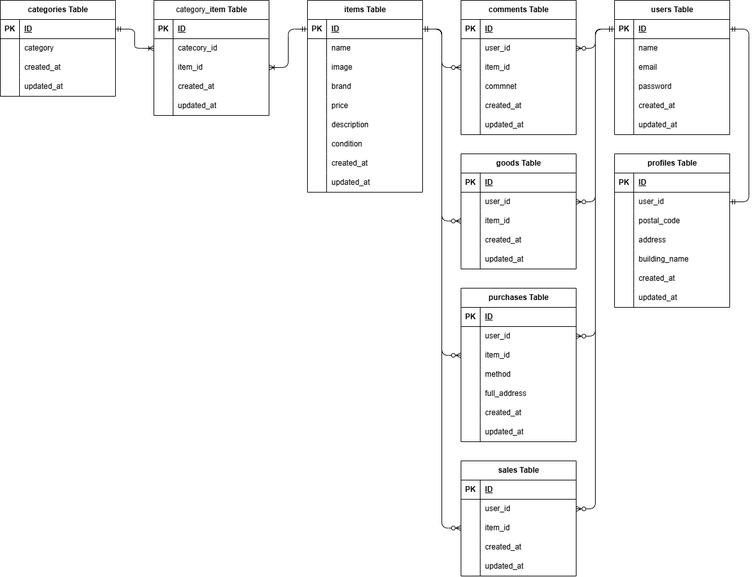
The draw.io diagram ER.drawio.png in LesserPand8/flea-market-app, before a commit. Source tidied: cells renumbered, new cells last; positions are measured from the earlier drawing's top-left corner, leaving out a move shared by most shapes.
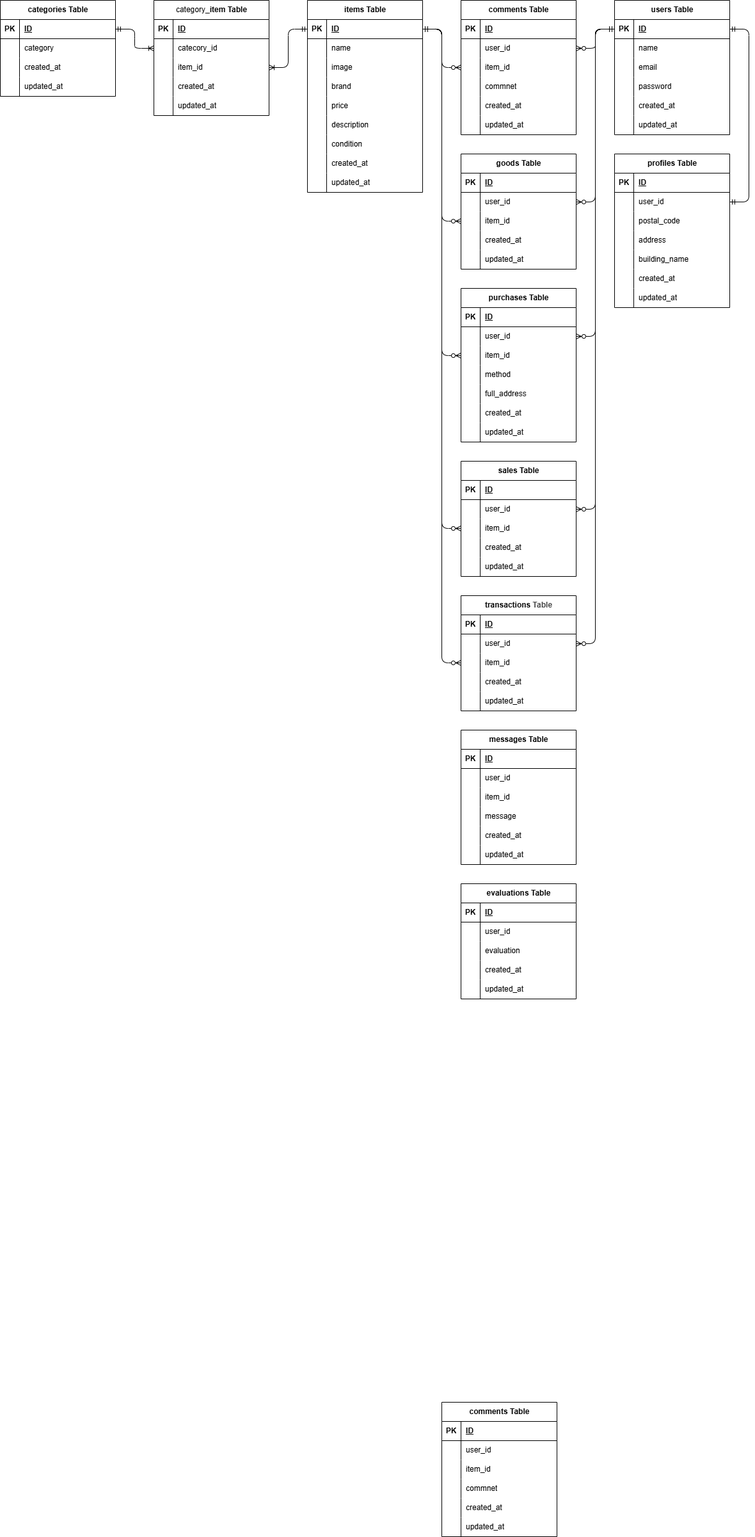
Above is the later version.

Diff of the diagram source:
```diff
@@ -572,5 +572,229 @@
     <mxCell id="183" style="edgeStyle=entityRelationEdgeStyle;fontSize=12;html=1;endArrow=ERzeroToMany;startArrow=ERmandOne;" parent="1" edge="1" source="3" target="146">
       <mxGeometry relative="1" as="geometry" />
     </mxCell>
+    <mxCell id="184" value="transactions&lt;span style=&quot;color: rgb(63, 63, 63); background-color: transparent;&quot;&gt;&amp;nbsp;Table&lt;/span&gt;" style="shape=table;startSize=30;rowLines=0;fontStyle=1;align=center;html=1;" parent="1" vertex="1">
+      <mxGeometry x="720" y="930" width="180" height="180" as="geometry" />
+    </mxCell>
+    <mxCell id="185" style="shape=tableRow;horizontal=0;startSize=0;swimlaneHead=0;swimlaneBody=0;fillColor=none;top=0;left=0;right=0;bottom=1;" parent="184" vertex="1">
+      <mxGeometry y="30" width="180" height="30" as="geometry" />
+    </mxCell>
+    <mxCell id="186" value="PK" style="shape=partialRectangle;fillColor=none;top=0;left=0;bottom=0;right=0;fontStyle=1;overflow=hidden;whiteSpace=wrap;html=1;" parent="185" vertex="1">
+      <mxGeometry width="30" height="30" as="geometry" />
+    </mxCell>
+    <mxCell id="187" value="ID" style="shape=partialRectangle;fillColor=none;top=0;left=0;bottom=0;right=0;align=left;spacingLeft=6;fontStyle=5;overflow=hidden;whiteSpace=wrap;html=1;" parent="185" vertex="1">
+      <mxGeometry x="30" width="150" height="30" as="geometry" />
+    </mxCell>
+    <mxCell id="188" style="shape=tableRow;horizontal=0;startSize=0;swimlaneHead=0;swimlaneBody=0;fillColor=none;points=[[0,0.5],[1,0.5]];portConstraint=eastwest;top=0;left=0;right=0;bottom=0;" parent="184" vertex="1">
+      <mxGeometry y="60" width="180" height="30" as="geometry" />
+    </mxCell>
+    <mxCell id="189" style="shape=partialRectangle;fillColor=none;top=0;left=0;bottom=0;right=0;overflow=hidden;whiteSpace=wrap;html=1;" parent="188" vertex="1">
+      <mxGeometry width="30" height="30" as="geometry" />
+    </mxCell>
+    <mxCell id="190" value="user_id" style="shape=partialRectangle;fillColor=none;top=0;left=0;bottom=0;right=0;align=left;spacingLeft=6;overflow=hidden;whiteSpace=wrap;html=1;" parent="188" vertex="1">
+      <mxGeometry x="30" width="150" height="30" as="geometry" />
+    </mxCell>
+    <mxCell id="191" style="shape=tableRow;horizontal=0;startSize=0;swimlaneHead=0;swimlaneBody=0;fillColor=none;points=[[0,0.5],[1,0.5]];portConstraint=eastwest;top=0;left=0;right=0;bottom=0;" parent="184" vertex="1">
+      <mxGeometry y="90" width="180" height="30" as="geometry" />
+    </mxCell>
+    <mxCell id="192" style="shape=partialRectangle;fillColor=none;top=0;left=0;bottom=0;right=0;overflow=hidden;whiteSpace=wrap;html=1;" parent="191" vertex="1">
+      <mxGeometry width="30" height="30" as="geometry" />
+    </mxCell>
+    <mxCell id="193" value="item_id" style="shape=partialRectangle;fillColor=none;top=0;left=0;bottom=0;right=0;align=left;spacingLeft=6;overflow=hidden;whiteSpace=wrap;html=1;" parent="191" vertex="1">
+      <mxGeometry x="30" width="150" height="30" as="geometry" />
+    </mxCell>
+    <mxCell id="194" style="shape=tableRow;horizontal=0;startSize=0;swimlaneHead=0;swimlaneBody=0;fillColor=none;top=0;left=0;right=0;bottom=0;" parent="184" vertex="1">
+      <mxGeometry y="120" width="180" height="30" as="geometry" />
+    </mxCell>
+    <mxCell id="195" style="shape=partialRectangle;fillColor=none;top=0;left=0;bottom=0;right=0;overflow=hidden;whiteSpace=wrap;html=1;" parent="194" vertex="1">
+      <mxGeometry width="30" height="30" as="geometry" />
+    </mxCell>
+    <mxCell id="196" value="&lt;span style=&quot;color: rgb(0, 0, 0);&quot;&gt;created_at&lt;/span&gt;" style="shape=partialRectangle;fillColor=none;top=0;left=0;bottom=0;right=0;align=left;spacingLeft=6;overflow=hidden;whiteSpace=wrap;html=1;" parent="194" vertex="1">
+      <mxGeometry x="30" width="150" height="30" as="geometry" />
+    </mxCell>
+    <mxCell id="197" style="shape=tableRow;horizontal=0;startSize=0;swimlaneHead=0;swimlaneBody=0;fillColor=none;top=0;left=0;right=0;bottom=0;" parent="184" vertex="1">
+      <mxGeometry y="150" width="180" height="30" as="geometry" />
+    </mxCell>
+    <mxCell id="198" style="shape=partialRectangle;fillColor=none;top=0;left=0;bottom=0;right=0;overflow=hidden;whiteSpace=wrap;html=1;" parent="197" vertex="1">
+      <mxGeometry width="30" height="30" as="geometry" />
+    </mxCell>
+    <mxCell id="199" value="&lt;span style=&quot;color: rgb(0, 0, 0);&quot;&gt;updated_at&lt;/span&gt;" style="shape=partialRectangle;fillColor=none;top=0;left=0;bottom=0;right=0;align=left;spacingLeft=6;overflow=hidden;whiteSpace=wrap;html=1;" parent="197" vertex="1">
+      <mxGeometry x="30" width="150" height="30" as="geometry" />
+    </mxCell>
+    <mxCell id="200" style="edgeStyle=entityRelationEdgeStyle;fontSize=12;html=1;endArrow=ERzeroToMany;startArrow=ERmandOne;" parent="1" edge="1" source="3" target="191">
+      <mxGeometry relative="1" as="geometry" />
+    </mxCell>
+    <mxCell id="201" style="edgeStyle=entityRelationEdgeStyle;fontSize=12;html=1;endArrow=ERzeroToMany;startArrow=ERmandOne;" parent="1" edge="1" source="31" target="188">
+      <mxGeometry relative="1" as="geometry">
+        <Array as="points">
+          <mxPoint x="700" y="320" />
+          <mxPoint x="460" y="390" />
+          <mxPoint x="200" y="220" />
+          <mxPoint x="170" y="220" />
+          <mxPoint x="690" y="270" />
+        </Array>
+      </mxGeometry>
+    </mxCell>
+    <mxCell id="202" value="comments Table" style="shape=table;startSize=30;rowLines=0;fontStyle=1;align=center;html=1;" parent="1" vertex="1">
+      <mxGeometry x="690" y="2190" width="180" height="210" as="geometry" />
+    </mxCell>
+    <mxCell id="203" style="shape=tableRow;horizontal=0;startSize=0;swimlaneHead=0;swimlaneBody=0;fillColor=none;top=0;left=0;right=0;bottom=1;" parent="202" vertex="1">
+      <mxGeometry y="30" width="180" height="30" as="geometry" />
+    </mxCell>
+    <mxCell id="204" value="PK" style="shape=partialRectangle;fillColor=none;top=0;left=0;bottom=0;right=0;fontStyle=1;overflow=hidden;whiteSpace=wrap;html=1;" parent="203" vertex="1">
+      <mxGeometry width="30" height="30" as="geometry" />
+    </mxCell>
+    <mxCell id="205" value="ID" style="shape=partialRectangle;fillColor=none;top=0;left=0;bottom=0;right=0;align=left;spacingLeft=6;fontStyle=5;overflow=hidden;whiteSpace=wrap;html=1;" parent="203" vertex="1">
+      <mxGeometry x="30" width="150" height="30" as="geometry" />
+    </mxCell>
+    <mxCell id="206" style="shape=tableRow;horizontal=0;startSize=0;swimlaneHead=0;swimlaneBody=0;fillColor=none;top=0;left=0;right=0;bottom=0;" parent="202" vertex="1">
+      <mxGeometry y="60" width="180" height="30" as="geometry" />
+    </mxCell>
+    <mxCell id="207" style="shape=partialRectangle;fillColor=none;top=0;left=0;bottom=0;right=0;overflow=hidden;whiteSpace=wrap;html=1;" parent="206" vertex="1">
+      <mxGeometry width="30" height="30" as="geometry" />
+    </mxCell>
+    <mxCell id="208" value="user_id" style="shape=partialRectangle;fillColor=none;top=0;left=0;bottom=0;right=0;align=left;spacingLeft=6;overflow=hidden;whiteSpace=wrap;html=1;" parent="206" vertex="1">
+      <mxGeometry x="30" width="150" height="30" as="geometry" />
+    </mxCell>
+    <mxCell id="209" style="shape=tableRow;horizontal=0;startSize=0;swimlaneHead=0;swimlaneBody=0;fillColor=none;top=0;left=0;right=0;bottom=0;" parent="202" vertex="1">
+      <mxGeometry y="90" width="180" height="30" as="geometry" />
+    </mxCell>
+    <mxCell id="210" style="shape=partialRectangle;fillColor=none;top=0;left=0;bottom=0;right=0;overflow=hidden;whiteSpace=wrap;html=1;" parent="209" vertex="1">
+      <mxGeometry width="30" height="30" as="geometry" />
+    </mxCell>
+    <mxCell id="211" value="&lt;span style=&quot;color: rgb(0, 0, 0);&quot;&gt;item_id&lt;/span&gt;" style="shape=partialRectangle;fillColor=none;top=0;left=0;bottom=0;right=0;align=left;spacingLeft=6;overflow=hidden;whiteSpace=wrap;html=1;" parent="209" vertex="1">
+      <mxGeometry x="30" width="150" height="30" as="geometry" />
+    </mxCell>
+    <mxCell id="212" style="shape=tableRow;horizontal=0;startSize=0;swimlaneHead=0;swimlaneBody=0;fillColor=none;top=0;left=0;right=0;bottom=0;" parent="202" vertex="1">
+      <mxGeometry y="120" width="180" height="30" as="geometry" />
+    </mxCell>
+    <mxCell id="213" style="shape=partialRectangle;fillColor=none;top=0;left=0;bottom=0;right=0;overflow=hidden;whiteSpace=wrap;html=1;" parent="212" vertex="1">
+      <mxGeometry width="30" height="30" as="geometry" />
+    </mxCell>
+    <mxCell id="214" value="&lt;span style=&quot;color: rgb(0, 0, 0);&quot;&gt;commnet&lt;/span&gt;" style="shape=partialRectangle;fillColor=none;top=0;left=0;bottom=0;right=0;align=left;spacingLeft=6;overflow=hidden;whiteSpace=wrap;html=1;" parent="212" vertex="1">
+      <mxGeometry x="30" width="150" height="30" as="geometry" />
+    </mxCell>
+    <mxCell id="215" style="shape=tableRow;horizontal=0;startSize=0;swimlaneHead=0;swimlaneBody=0;fillColor=none;top=0;left=0;right=0;bottom=0;" parent="202" vertex="1">
+      <mxGeometry y="150" width="180" height="30" as="geometry" />
+    </mxCell>
+    <mxCell id="216" style="shape=partialRectangle;fillColor=none;top=0;left=0;bottom=0;right=0;overflow=hidden;whiteSpace=wrap;html=1;" parent="215" vertex="1">
+      <mxGeometry width="30" height="30" as="geometry" />
+    </mxCell>
+    <mxCell id="217" value="&lt;span style=&quot;color: rgb(0, 0, 0);&quot;&gt;created_at&lt;/span&gt;" style="shape=partialRectangle;fillColor=none;top=0;left=0;bottom=0;right=0;align=left;spacingLeft=6;overflow=hidden;whiteSpace=wrap;html=1;" parent="215" vertex="1">
+      <mxGeometry x="30" width="150" height="30" as="geometry" />
+    </mxCell>
+    <mxCell id="218" style="shape=tableRow;horizontal=0;startSize=0;swimlaneHead=0;swimlaneBody=0;fillColor=none;top=0;left=0;right=0;bottom=0;" parent="202" vertex="1">
+      <mxGeometry y="180" width="180" height="30" as="geometry" />
+    </mxCell>
+    <mxCell id="219" style="shape=partialRectangle;fillColor=none;top=0;left=0;bottom=0;right=0;overflow=hidden;whiteSpace=wrap;html=1;" parent="218" vertex="1">
+      <mxGeometry width="30" height="30" as="geometry" />
+    </mxCell>
+    <mxCell id="220" value="&lt;span style=&quot;color: rgb(0, 0, 0);&quot;&gt;updated_at&lt;/span&gt;" style="shape=partialRectangle;fillColor=none;top=0;left=0;bottom=0;right=0;align=left;spacingLeft=6;overflow=hidden;whiteSpace=wrap;html=1;" parent="218" vertex="1">
+      <mxGeometry x="30" width="150" height="30" as="geometry" />
+    </mxCell>
+    <mxCell id="221" value="messages Table" style="shape=table;startSize=30;rowLines=0;fontStyle=1;align=center;html=1;" parent="1" vertex="1">
+      <mxGeometry x="720" y="1140" width="180" height="210" as="geometry" />
+    </mxCell>
+    <mxCell id="222" style="shape=tableRow;horizontal=0;startSize=0;swimlaneHead=0;swimlaneBody=0;fillColor=none;top=0;left=0;right=0;bottom=1;" parent="221" vertex="1">
+      <mxGeometry y="30" width="180" height="30" as="geometry" />
+    </mxCell>
+    <mxCell id="223" value="PK" style="shape=partialRectangle;fillColor=none;top=0;left=0;bottom=0;right=0;fontStyle=1;overflow=hidden;whiteSpace=wrap;html=1;" parent="222" vertex="1">
+      <mxGeometry width="30" height="30" as="geometry" />
+    </mxCell>
+    <mxCell id="224" value="ID" style="shape=partialRectangle;fillColor=none;top=0;left=0;bottom=0;right=0;align=left;spacingLeft=6;fontStyle=5;overflow=hidden;whiteSpace=wrap;html=1;" parent="222" vertex="1">
+      <mxGeometry x="30" width="150" height="30" as="geometry" />
+    </mxCell>
+    <mxCell id="225" style="shape=tableRow;horizontal=0;startSize=0;swimlaneHead=0;swimlaneBody=0;fillColor=none;top=0;left=0;right=0;bottom=0;" parent="221" vertex="1">
+      <mxGeometry y="60" width="180" height="30" as="geometry" />
+    </mxCell>
+    <mxCell id="226" style="shape=partialRectangle;fillColor=none;top=0;left=0;bottom=0;right=0;overflow=hidden;whiteSpace=wrap;html=1;" parent="225" vertex="1">
+      <mxGeometry width="30" height="30" as="geometry" />
+    </mxCell>
+    <mxCell id="227" value="user_id" style="shape=partialRectangle;fillColor=none;top=0;left=0;bottom=0;right=0;align=left;spacingLeft=6;overflow=hidden;whiteSpace=wrap;html=1;" parent="225" vertex="1">
+      <mxGeometry x="30" width="150" height="30" as="geometry" />
+    </mxCell>
+    <mxCell id="228" style="shape=tableRow;horizontal=0;startSize=0;swimlaneHead=0;swimlaneBody=0;fillColor=none;top=0;left=0;right=0;bottom=0;" parent="221" vertex="1">
+      <mxGeometry y="90" width="180" height="30" as="geometry" />
+    </mxCell>
+    <mxCell id="229" style="shape=partialRectangle;fillColor=none;top=0;left=0;bottom=0;right=0;overflow=hidden;whiteSpace=wrap;html=1;" parent="228" vertex="1">
+      <mxGeometry width="30" height="30" as="geometry" />
+    </mxCell>
+    <mxCell id="230" value="&lt;span style=&quot;color: rgb(0, 0, 0);&quot;&gt;item_id&lt;/span&gt;" style="shape=partialRectangle;fillColor=none;top=0;left=0;bottom=0;right=0;align=left;spacingLeft=6;overflow=hidden;whiteSpace=wrap;html=1;" parent="228" vertex="1">
+      <mxGeometry x="30" width="150" height="30" as="geometry" />
+    </mxCell>
+    <mxCell id="231" style="shape=tableRow;horizontal=0;startSize=0;swimlaneHead=0;swimlaneBody=0;fillColor=none;top=0;left=0;right=0;bottom=0;" parent="221" vertex="1">
+      <mxGeometry y="120" width="180" height="30" as="geometry" />
+    </mxCell>
+    <mxCell id="232" style="shape=partialRectangle;fillColor=none;top=0;left=0;bottom=0;right=0;overflow=hidden;whiteSpace=wrap;html=1;" parent="231" vertex="1">
+      <mxGeometry width="30" height="30" as="geometry" />
+    </mxCell>
+    <mxCell id="233" value="&lt;span style=&quot;color: rgb(0, 0, 0);&quot;&gt;message&lt;/span&gt;" style="shape=partialRectangle;fillColor=none;top=0;left=0;bottom=0;right=0;align=left;spacingLeft=6;overflow=hidden;whiteSpace=wrap;html=1;" parent="231" vertex="1">
+      <mxGeometry x="30" width="150" height="30" as="geometry" />
+    </mxCell>
+    <mxCell id="234" style="shape=tableRow;horizontal=0;startSize=0;swimlaneHead=0;swimlaneBody=0;fillColor=none;top=0;left=0;right=0;bottom=0;" parent="221" vertex="1">
+      <mxGeometry y="150" width="180" height="30" as="geometry" />
+    </mxCell>
+    <mxCell id="235" style="shape=partialRectangle;fillColor=none;top=0;left=0;bottom=0;right=0;overflow=hidden;whiteSpace=wrap;html=1;" parent="234" vertex="1">
+      <mxGeometry width="30" height="30" as="geometry" />
+    </mxCell>
+    <mxCell id="236" value="&lt;span style=&quot;color: rgb(0, 0, 0);&quot;&gt;created_at&lt;/span&gt;" style="shape=partialRectangle;fillColor=none;top=0;left=0;bottom=0;right=0;align=left;spacingLeft=6;overflow=hidden;whiteSpace=wrap;html=1;" parent="234" vertex="1">
+      <mxGeometry x="30" width="150" height="30" as="geometry" />
+    </mxCell>
+    <mxCell id="237" style="shape=tableRow;horizontal=0;startSize=0;swimlaneHead=0;swimlaneBody=0;fillColor=none;top=0;left=0;right=0;bottom=0;" parent="221" vertex="1">
+      <mxGeometry y="180" width="180" height="30" as="geometry" />
+    </mxCell>
+    <mxCell id="238" style="shape=partialRectangle;fillColor=none;top=0;left=0;bottom=0;right=0;overflow=hidden;whiteSpace=wrap;html=1;" parent="237" vertex="1">
+      <mxGeometry width="30" height="30" as="geometry" />
+    </mxCell>
+    <mxCell id="239" value="&lt;span style=&quot;color: rgb(0, 0, 0);&quot;&gt;updated_at&lt;/span&gt;" style="shape=partialRectangle;fillColor=none;top=0;left=0;bottom=0;right=0;align=left;spacingLeft=6;overflow=hidden;whiteSpace=wrap;html=1;" parent="237" vertex="1">
+      <mxGeometry x="30" width="150" height="30" as="geometry" />
+    </mxCell>
+    <mxCell id="240" value="evaluations Table" style="shape=table;startSize=30;rowLines=0;fontStyle=1;align=center;html=1;" parent="1" vertex="1">
+      <mxGeometry x="720" y="1380" width="180" height="180" as="geometry" />
+    </mxCell>
+    <mxCell id="241" style="shape=tableRow;horizontal=0;startSize=0;swimlaneHead=0;swimlaneBody=0;fillColor=none;top=0;left=0;right=0;bottom=1;" parent="240" vertex="1">
+      <mxGeometry y="30" width="180" height="30" as="geometry" />
+    </mxCell>
+    <mxCell id="242" value="PK" style="shape=partialRectangle;fillColor=none;top=0;left=0;bottom=0;right=0;fontStyle=1;overflow=hidden;whiteSpace=wrap;html=1;" parent="241" vertex="1">
+      <mxGeometry width="30" height="30" as="geometry" />
+    </mxCell>
+    <mxCell id="243" value="ID" style="shape=partialRectangle;fillColor=none;top=0;left=0;bottom=0;right=0;align=left;spacingLeft=6;fontStyle=5;overflow=hidden;whiteSpace=wrap;html=1;" parent="241" vertex="1">
+      <mxGeometry x="30" width="150" height="30" as="geometry" />
+    </mxCell>
+    <mxCell id="244" style="shape=tableRow;horizontal=0;startSize=0;swimlaneHead=0;swimlaneBody=0;fillColor=none;top=0;left=0;right=0;bottom=0;" parent="240" vertex="1">
+      <mxGeometry y="60" width="180" height="30" as="geometry" />
+    </mxCell>
+    <mxCell id="245" style="shape=partialRectangle;fillColor=none;top=0;left=0;bottom=0;right=0;overflow=hidden;whiteSpace=wrap;html=1;" parent="244" vertex="1">
+      <mxGeometry width="30" height="30" as="geometry" />
+    </mxCell>
+    <mxCell id="246" value="user_id" style="shape=partialRectangle;fillColor=none;top=0;left=0;bottom=0;right=0;align=left;spacingLeft=6;overflow=hidden;whiteSpace=wrap;html=1;" parent="244" vertex="1">
+      <mxGeometry x="30" width="150" height="30" as="geometry" />
+    </mxCell>
+    <mxCell id="247" style="shape=tableRow;horizontal=0;startSize=0;swimlaneHead=0;swimlaneBody=0;fillColor=none;top=0;left=0;right=0;bottom=0;" parent="240" vertex="1">
+      <mxGeometry y="90" width="180" height="30" as="geometry" />
+    </mxCell>
+    <mxCell id="248" style="shape=partialRectangle;fillColor=none;top=0;left=0;bottom=0;right=0;overflow=hidden;whiteSpace=wrap;html=1;" parent="247" vertex="1">
+      <mxGeometry width="30" height="30" as="geometry" />
+    </mxCell>
+    <mxCell id="249" value="&lt;span style=&quot;color: rgb(0, 0, 0);&quot;&gt;evaluation&lt;/span&gt;" style="shape=partialRectangle;fillColor=none;top=0;left=0;bottom=0;right=0;align=left;spacingLeft=6;overflow=hidden;whiteSpace=wrap;html=1;" parent="247" vertex="1">
+      <mxGeometry x="30" width="150" height="30" as="geometry" />
+    </mxCell>
+    <mxCell id="250" style="shape=tableRow;horizontal=0;startSize=0;swimlaneHead=0;swimlaneBody=0;fillColor=none;top=0;left=0;right=0;bottom=0;" parent="240" vertex="1">
+      <mxGeometry y="120" width="180" height="30" as="geometry" />
+    </mxCell>
+    <mxCell id="251" style="shape=partialRectangle;fillColor=none;top=0;left=0;bottom=0;right=0;overflow=hidden;whiteSpace=wrap;html=1;" parent="250" vertex="1">
+      <mxGeometry width="30" height="30" as="geometry" />
+    </mxCell>
+    <mxCell id="252" value="&lt;span style=&quot;color: rgb(0, 0, 0);&quot;&gt;created_at&lt;/span&gt;" style="shape=partialRectangle;fillColor=none;top=0;left=0;bottom=0;right=0;align=left;spacingLeft=6;overflow=hidden;whiteSpace=wrap;html=1;" parent="250" vertex="1">
+      <mxGeometry x="30" width="150" height="30" as="geometry" />
+    </mxCell>
+    <mxCell id="253" style="shape=tableRow;horizontal=0;startSize=0;swimlaneHead=0;swimlaneBody=0;fillColor=none;top=0;left=0;right=0;bottom=0;" parent="240" vertex="1">
+      <mxGeometry y="150" width="180" height="30" as="geometry" />
+    </mxCell>
+    <mxCell id="254" style="shape=partialRectangle;fillColor=none;top=0;left=0;bottom=0;right=0;overflow=hidden;whiteSpace=wrap;html=1;" parent="253" vertex="1">
+      <mxGeometry width="30" height="30" as="geometry" />
+    </mxCell>
+    <mxCell id="255" value="&lt;span style=&quot;color: rgb(0, 0, 0);&quot;&gt;updated_at&lt;/span&gt;" style="shape=partialRectangle;fillColor=none;top=0;left=0;bottom=0;right=0;align=left;spacingLeft=6;overflow=hidden;whiteSpace=wrap;html=1;" parent="253" vertex="1">
+      <mxGeometry x="30" width="150" height="30" as="geometry" />
+    </mxCell>
   </root>
 </mxGraphModel>
```
